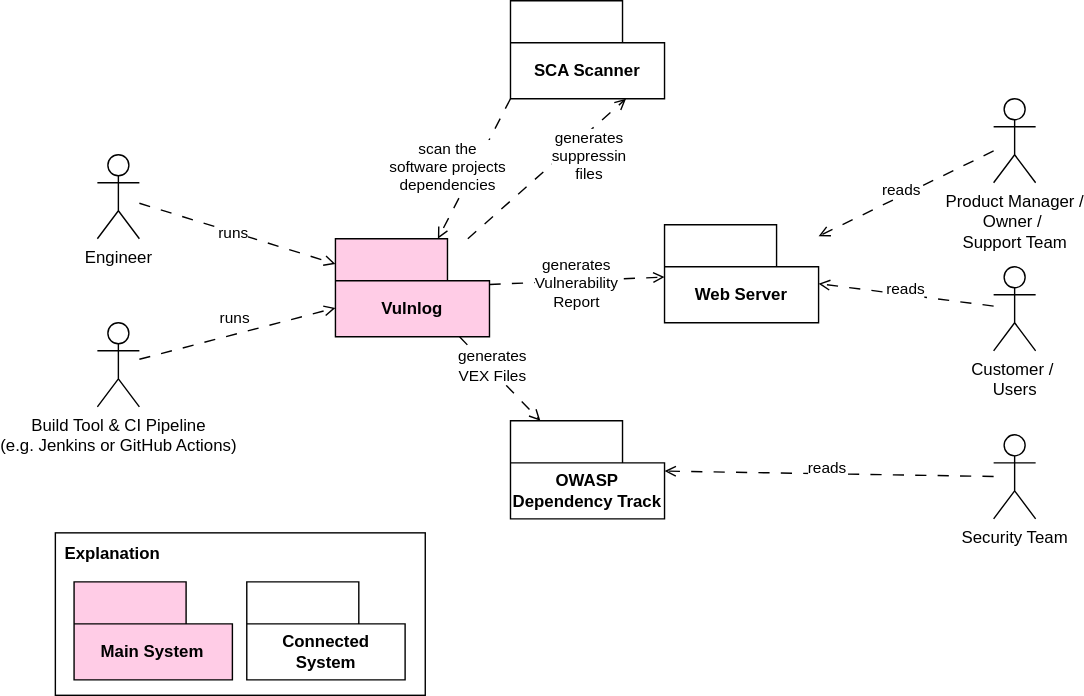
The draw.io diagram devdoc/images/Vulnlog-Context-View-Business.drawio.svg in vulnlog/vulnlog, before a commit. Source tidied: cells renumbered, new cells last; positions are measured from the earlier drawing's top-left corner, leaving out a move shared by most shapes.
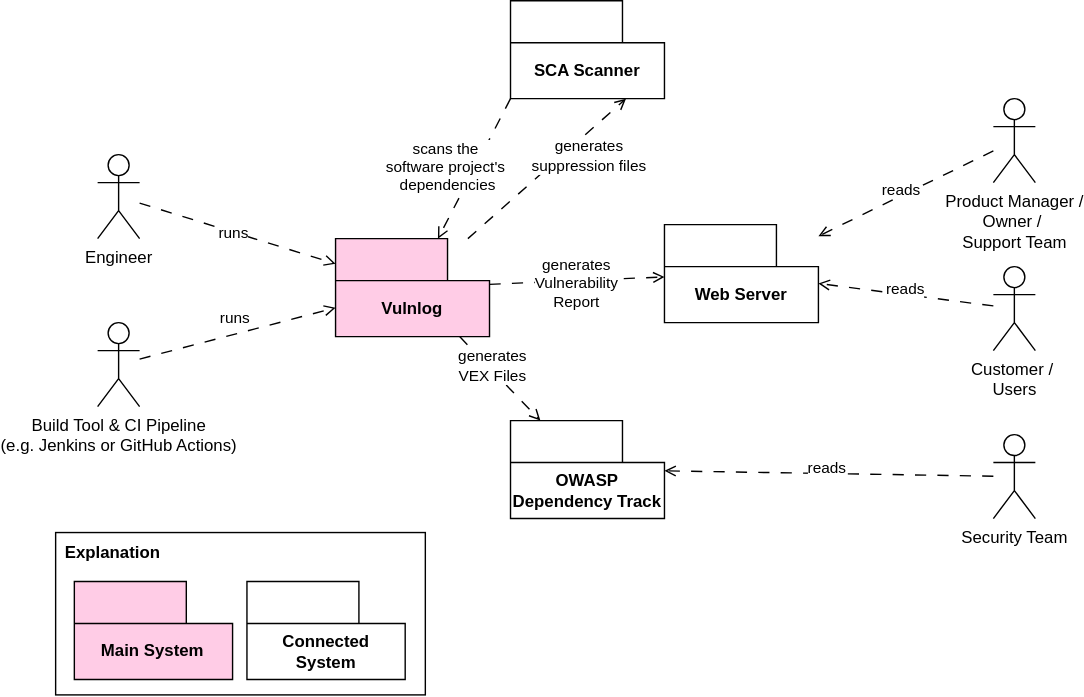
After the commit.

Commit message:
docs(sad): Rework context and scope chapter

The edit, as a diff of the source:
```diff
@@ -27,7 +27,7 @@
     <mxCell id="8" style="rounded=0;jettySize=auto;html=1;dashed=1;endArrow=open;endFill=0;dashPattern=8 8;exitX=0;exitY=0;exitDx=0;exitDy=70;exitPerimeter=0;" parent="1" edge="1" source="26" target="25">
       <mxGeometry relative="1" as="geometry" />
     </mxCell>
-    <mxCell id="9" value="scan the&lt;div&gt;software projects&lt;/div&gt;&lt;div&gt;dependencies&lt;/div&gt;" style="edgeLabel;html=1;align=center;verticalAlign=middle;" parent="8" vertex="1">
+    <mxCell id="9" value="&lt;div&gt;scans the&amp;nbsp;&lt;/div&gt;&lt;div&gt;software project's&amp;nbsp;&lt;/div&gt;&lt;div&gt;dependencies&lt;/div&gt;" style="edgeLabel;html=1;align=center;verticalAlign=middle;" parent="8" vertex="1">
       <mxGeometry x="0.23" y="2" relative="1" as="geometry">
         <mxPoint x="-15" y="-15" as="offset" />
       </mxGeometry>
@@ -35,7 +35,7 @@
     <mxCell id="10" style="rounded=0;jettySize=auto;html=1;entryX=0.75;entryY=1;entryDx=0;entryDy=0;dashed=1;endArrow=open;endFill=0;dashPattern=8 8;entryPerimeter=0;" parent="1" edge="1" source="25" target="26">
       <mxGeometry relative="1" as="geometry" />
     </mxCell>
-    <mxCell id="11" value="generates&lt;div&gt;suppressin&lt;/div&gt;&lt;div&gt;files&lt;/div&gt;" style="edgeLabel;html=1;align=center;verticalAlign=middle;" parent="10" vertex="1">
+    <mxCell id="11" value="&lt;div&gt;generates&lt;/div&gt;&lt;div&gt;suppression files&lt;/div&gt;" style="edgeLabel;html=1;align=center;verticalAlign=middle;" parent="10" vertex="1">
       <mxGeometry y="2" relative="1" as="geometry">
         <mxPoint x="30" y="-8" as="offset" />
       </mxGeometry>
```
